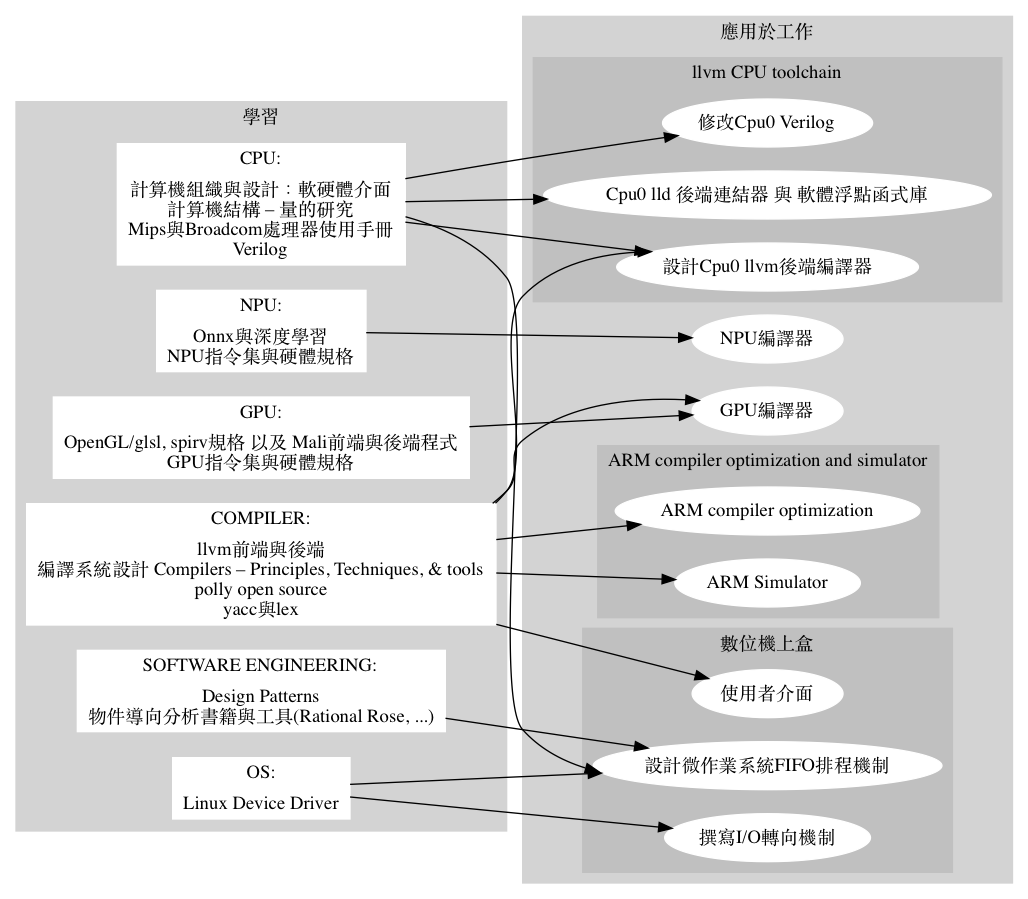
Jonathan2251/ws keeps this Graphviz diagram as images/study_and_apply_ch1.png. Above is the earlier version. Its source is kept beside it as images/study_and_apply_ch1.gv.
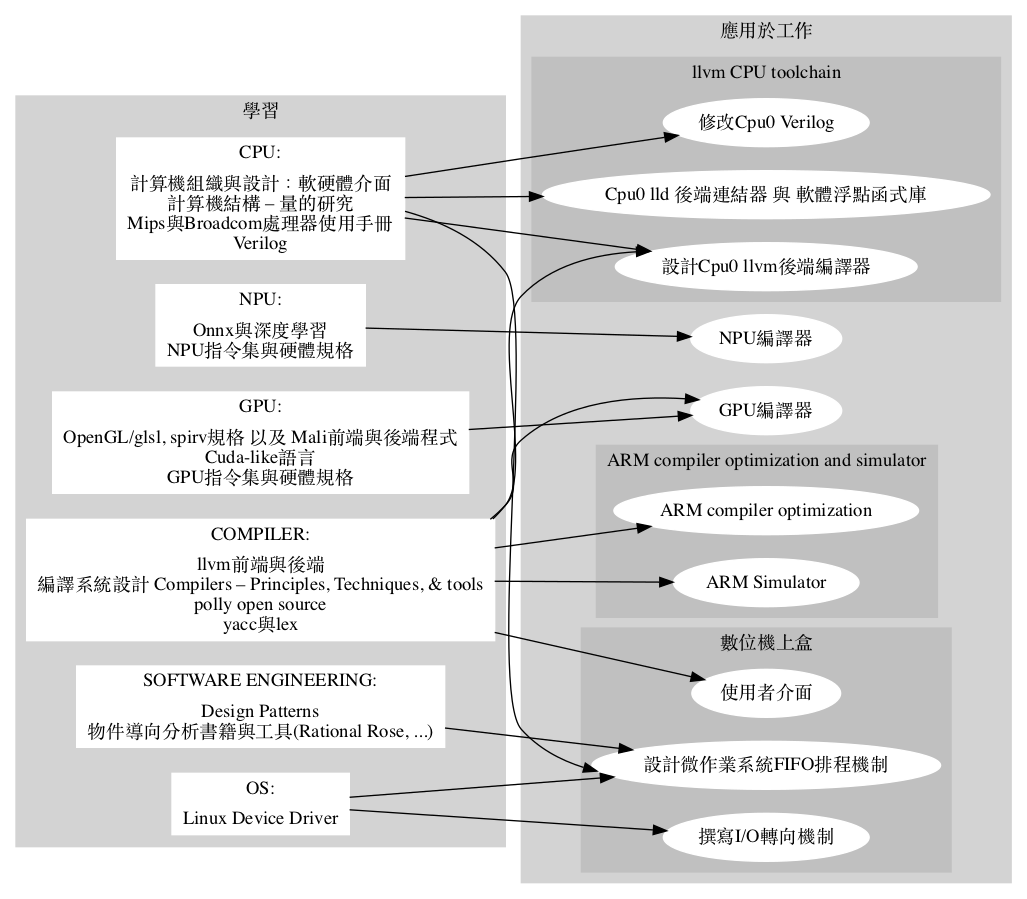
Later version of the same file.

What changed in the source:
```diff
@@ -6,7 +6,7 @@
     style=filled;
     label = "學習";
     node [shape=record,style=filled,color=white]; CPU [label="CPU:|計算機組織與設計：軟硬體介面\n計算機結構 – 量的研究\nMips與Broadcom處理器使用手冊\nVerilog"];
-    node [shape=record,style=filled,color=white]; GPU [label="GPU:|OpenGL/glsl, spirv規格 以及 Mali前端與後端程式\nGPU指令集與硬體規格"];
+    node [shape=record,style=filled,color=white]; GPU [label="GPU:|OpenGL/glsl, spirv規格 以及 Mali前端與後端程式\nCuda-like語言\nGPU指令集與硬體規格"];
     node [shape=record,style=filled,color=white]; NPU [label="NPU:|Onnx與深度學習\nNPU指令集與硬體規格"];
     node [style=filled,color=white]; COMPILER [label="COMPILER:|llvm前端與後端\n編譯系統設計 Compilers – Principles, Techniques, & tools\npolly open source\nyacc與lex"];
     node [style=filled,color=white]; OS [label="OS:|Linux Device Driver"];
```
